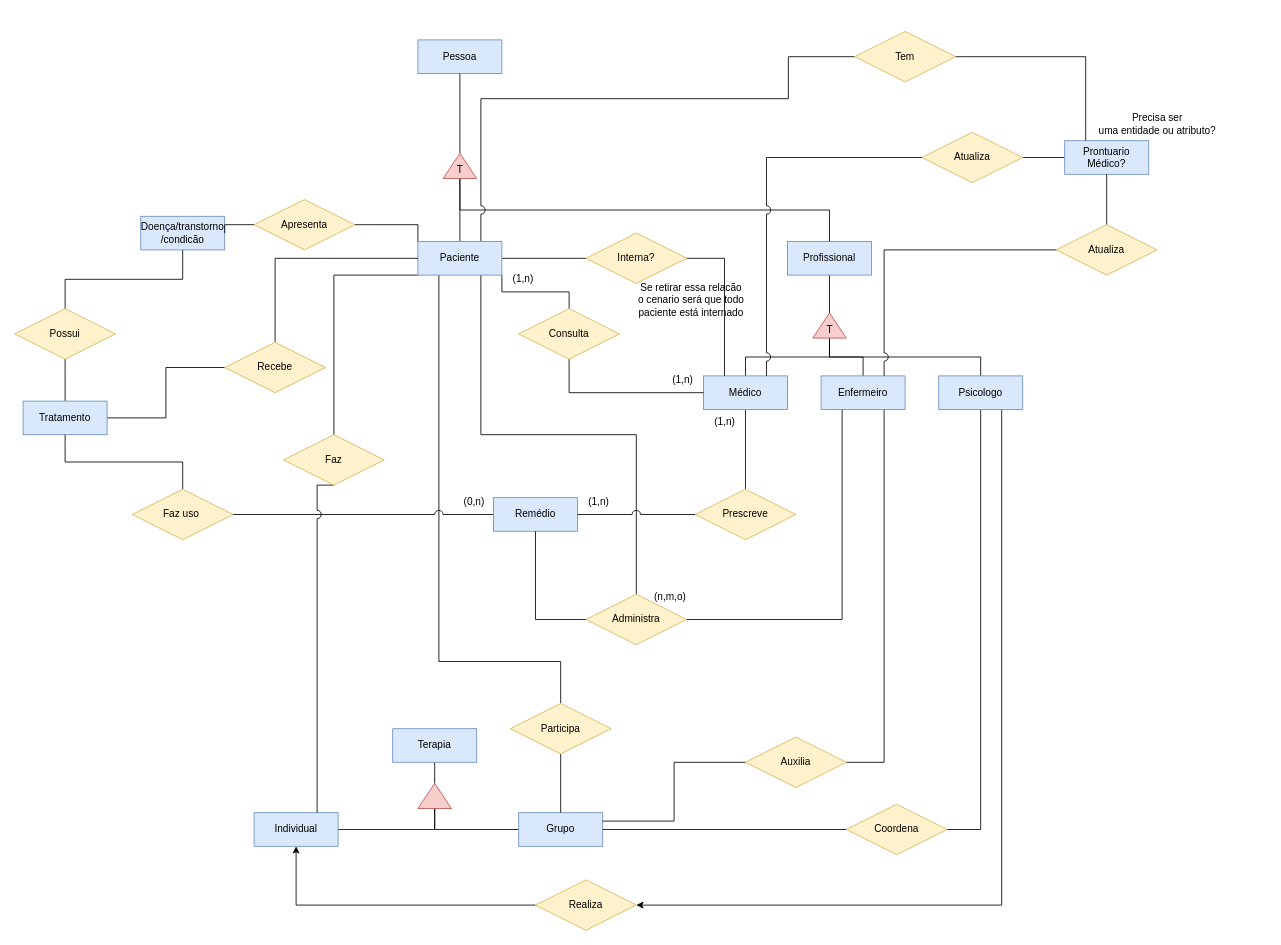
This is Hospital psiquiátrico.drawio from gkstaka/arquitetura_banco_dados, a draw.io file, before an edit. Source tidied: cells renumbered, new cells numbered last; positions are measured from the earlier drawing's top-left corner, leaving out a move shared by most shapes. Both pictures are drawn from the tidied source at 84%, with x=0, y=0 at pixel (14, 31).
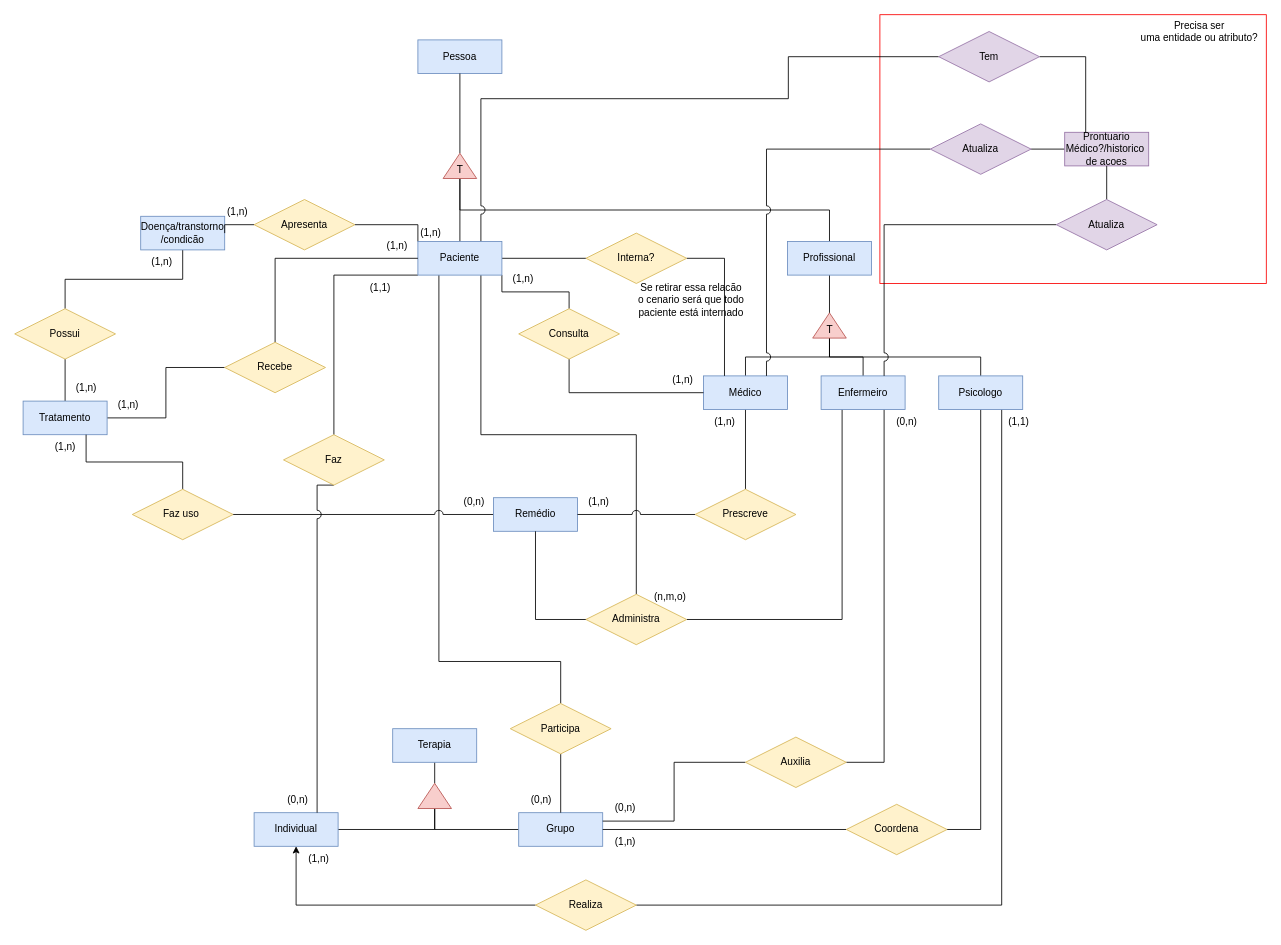
After the change.

Unchanged cells that the change refers to:
```xml
<mxCell id="28" value="Psicologo" style="whiteSpace=wrap;html=1;align=center;fillColor=#dae8fc;strokeColor=#6c8ebf;" parent="1" vertex="1">
  <mxGeometry x="1100" y="410" width="100" height="40" as="geometry" />
</mxCell>
<mxCell id="58" value="Tratamento" style="whiteSpace=wrap;html=1;align=center;fillColor=#dae8fc;strokeColor=#6c8ebf;" parent="1" vertex="1">
  <mxGeometry x="10" y="440" width="100" height="40" as="geometry" />
</mxCell>
<mxCell id="61" value="Faz uso&amp;nbsp;" style="shape=rhombus;perimeter=rhombusPerimeter;whiteSpace=wrap;html=1;align=center;fillColor=#fff2cc;strokeColor=#d6b656;" parent="1" vertex="1">
  <mxGeometry x="140" y="545" width="120" height="60" as="geometry" />
</mxCell>
<mxCell id="65" value="Realiza" style="shape=rhombus;perimeter=rhombusPerimeter;whiteSpace=wrap;html=1;align=center;fillColor=#fff2cc;strokeColor=#d6b656;" parent="1" vertex="1">
  <mxGeometry x="620" y="1010" width="120" height="60" as="geometry" />
</mxCell>
```

The edit, as a diff of the source:
```diff
@@
+    <mxCell id="87" style="rounded=0;whiteSpace=wrap;html=1;fillColor=none;strokeColor=#fa0000;" parent="1" vertex="1">
+      <mxGeometry x="1030" y="-20" width="460" height="320" as="geometry" />
+    </mxCell>
@@
-    <mxCell id="27" style="edgeStyle=orthogonalEdgeStyle;rounded=0;jettySize=auto;html=1;exitX=0.75;exitY=1;exitDx=0;exitDy=0;entryX=1;entryY=0.5;entryDx=0;entryDy=0;" parent="1" edge="1" source="28" target="65">
+    <mxCell id="27" style="edgeStyle=orthogonalEdgeStyle;rounded=0;jettySize=auto;html=1;exitX=0.75;exitY=1;exitDx=0;exitDy=0;entryX=1;entryY=0.5;entryDx=0;entryDy=0;endArrow=none;endFill=0;" parent="1" edge="1" source="28" target="65">
       <mxGeometry relative="1" as="geometry" />
     </mxCell>
@@
-    <mxCell id="60" style="edgeStyle=orthogonalEdgeStyle;rounded=0;jettySize=auto;html=1;exitX=0.5;exitY=0;exitDx=0;exitDy=0;entryX=0.5;entryY=1;entryDx=0;entryDy=0;endArrow=none;endFill=0;" parent="1" edge="1" source="61" target="58">
+    <mxCell id="60" style="edgeStyle=orthogonalEdgeStyle;rounded=0;jettySize=auto;html=1;exitX=0.5;exitY=0;exitDx=0;exitDy=0;entryX=0.75;entryY=1;entryDx=0;entryDy=0;endArrow=none;endFill=0;" parent="1" edge="1" source="61" target="58">
       <mxGeometry relative="1" as="geometry" />
     </mxCell>
@@
-    <mxCell id="69" value="Prontuario&lt;br&gt;Médico?" style="whiteSpace=wrap;html=1;align=center;fillColor=#dae8fc;strokeColor=#6c8ebf;" parent="1" vertex="1">
-      <mxGeometry x="1250" y="130" width="100" height="40" as="geometry" />
+    <mxCell id="69" value="Prontuario&lt;br&gt;Médico?/historico&amp;nbsp;&lt;br&gt;de acoes" style="whiteSpace=wrap;html=1;align=center;fillColor=#e1d5e7;strokeColor=#9673a6;" parent="1" vertex="1">
+      <mxGeometry x="1250" y="120" width="100" height="40" as="geometry" />
     </mxCell>
@@
-    <mxCell id="71" value="Atualiza" style="shape=rhombus;perimeter=rhombusPerimeter;whiteSpace=wrap;html=1;align=center;fillColor=#fff2cc;strokeColor=#d6b656;" parent="1" vertex="1">
-      <mxGeometry x="1080" y="120" width="120" height="60" as="geometry" />
+    <mxCell id="71" value="Atualiza" style="shape=rhombus;perimeter=rhombusPerimeter;whiteSpace=wrap;html=1;align=center;fillColor=#e1d5e7;strokeColor=#9673a6;" parent="1" vertex="1">
+      <mxGeometry x="1090" y="110" width="120" height="60" as="geometry" />
     </mxCell>
@@
-    <mxCell id="74" value="Atualiza" style="shape=rhombus;perimeter=rhombusPerimeter;whiteSpace=wrap;html=1;align=center;fillColor=#fff2cc;strokeColor=#d6b656;" parent="1" vertex="1">
-      <mxGeometry x="1240" y="230" width="120" height="60" as="geometry" />
+    <mxCell id="74" value="Atualiza" style="shape=rhombus;perimeter=rhombusPerimeter;whiteSpace=wrap;html=1;align=center;fillColor=#e1d5e7;strokeColor=#9673a6;" parent="1" vertex="1">
+      <mxGeometry x="1240" y="200" width="120" height="60" as="geometry" />
     </mxCell>
@@
-    <mxCell id="76" value="Tem" style="shape=rhombus;perimeter=rhombusPerimeter;whiteSpace=wrap;html=1;align=center;fillColor=#fff2cc;strokeColor=#d6b656;" parent="1" vertex="1">
-      <mxGeometry x="1000" width="120" height="60" as="geometry" />
+    <mxCell id="76" value="Tem" style="shape=rhombus;perimeter=rhombusPerimeter;whiteSpace=wrap;html=1;align=center;fillColor=#e1d5e7;strokeColor=#9673a6;" parent="1" vertex="1">
+      <mxGeometry x="1100" width="120" height="60" as="geometry" />
     </mxCell>
     <mxCell id="77" value="Precisa ser&lt;br&gt;uma entidade ou atributo?" style="text;html=1;align=center;verticalAlign=middle;strokeColor=none;fillColor=none;" parent="1" vertex="1">
-      <mxGeometry x="1280" y="90" width="160" height="40" as="geometry" />
+      <mxGeometry x="1330" y="-20" width="160" height="40" as="geometry" />
     </mxCell>
@@
+    <mxCell id="88" value="&amp;nbsp;(0,n)" style="text;html=1;align=center;verticalAlign=middle;strokeColor=none;fillColor=none;" parent="1" vertex="1">
+      <mxGeometry x="600" y="900" width="50" height="30" as="geometry" />
+    </mxCell>
+    <mxCell id="89" value="&amp;nbsp;(0,n)" style="text;html=1;align=center;verticalAlign=middle;strokeColor=none;fillColor=none;" parent="1" vertex="1">
+      <mxGeometry x="310" y="900" width="50" height="30" as="geometry" />
+    </mxCell>
+    <mxCell id="90" value="(1,1)" style="text;html=1;align=center;verticalAlign=middle;strokeColor=none;fillColor=none;" parent="1" vertex="1">
+      <mxGeometry x="410" y="290" width="50" height="30" as="geometry" />
+    </mxCell>
+    <mxCell id="91" value="(1,n)" style="text;html=1;align=center;verticalAlign=middle;strokeColor=none;fillColor=none;" parent="1" vertex="1">
+      <mxGeometry x="470" y="225" width="50" height="30" as="geometry" />
+    </mxCell>
+    <mxCell id="92" value="&amp;nbsp;(1,n)" style="text;html=1;align=center;verticalAlign=middle;strokeColor=none;fillColor=none;" parent="1" vertex="1">
+      <mxGeometry x="335" y="970" width="50" height="30" as="geometry" />
+    </mxCell>
+    <mxCell id="93" value="&amp;nbsp;(1,n)" style="text;html=1;align=center;verticalAlign=middle;strokeColor=none;fillColor=none;" parent="1" vertex="1">
+      <mxGeometry x="700" y="950" width="50" height="30" as="geometry" />
+    </mxCell>
+    <mxCell id="94" value="&amp;nbsp;(0,n)" style="text;html=1;align=center;verticalAlign=middle;strokeColor=none;fillColor=none;" parent="1" vertex="1">
+      <mxGeometry x="700" y="910" width="50" height="30" as="geometry" />
+    </mxCell>
+    <mxCell id="95" value="(1,1)" style="text;html=1;align=center;verticalAlign=middle;strokeColor=none;fillColor=none;" parent="1" vertex="1">
+      <mxGeometry x="1170" y="450" width="50" height="30" as="geometry" />
+    </mxCell>
+    <mxCell id="96" value="(1,n)" style="text;html=1;align=center;verticalAlign=middle;strokeColor=none;fillColor=none;" parent="1" vertex="1">
+      <mxGeometry x="35" y="480" width="50" height="30" as="geometry" />
+    </mxCell>
+    <mxCell id="97" value="(1,n)" style="text;html=1;align=center;verticalAlign=middle;strokeColor=none;fillColor=none;" parent="1" vertex="1">
+      <mxGeometry x="240" y="200" width="50" height="30" as="geometry" />
+    </mxCell>
+    <mxCell id="98" value="(1,n)" style="text;html=1;align=center;verticalAlign=middle;strokeColor=none;fillColor=none;" parent="1" vertex="1">
+      <mxGeometry x="60" y="410" width="50" height="30" as="geometry" />
+    </mxCell>
+    <mxCell id="99" value="(1,n)" style="text;html=1;align=center;verticalAlign=middle;strokeColor=none;fillColor=none;" parent="1" vertex="1">
+      <mxGeometry x="150" y="260" width="50" height="30" as="geometry" />
+    </mxCell>
+    <mxCell id="100" value="(1,n)" style="text;html=1;align=center;verticalAlign=middle;strokeColor=none;fillColor=none;" parent="1" vertex="1">
+      <mxGeometry x="110" y="430" width="50" height="30" as="geometry" />
+    </mxCell>
+    <mxCell id="101" value="&amp;nbsp;(0,n)" style="text;html=1;align=center;verticalAlign=middle;strokeColor=none;fillColor=none;" parent="1" vertex="1">
+      <mxGeometry x="1035" y="450" width="50" height="30" as="geometry" />
+    </mxCell>
+    <mxCell id="102" value="(1,n)" style="text;html=1;align=center;verticalAlign=middle;strokeColor=none;fillColor=none;" parent="1" vertex="1">
+      <mxGeometry x="430" y="240" width="50" height="30" as="geometry" />
+    </mxCell>
```
